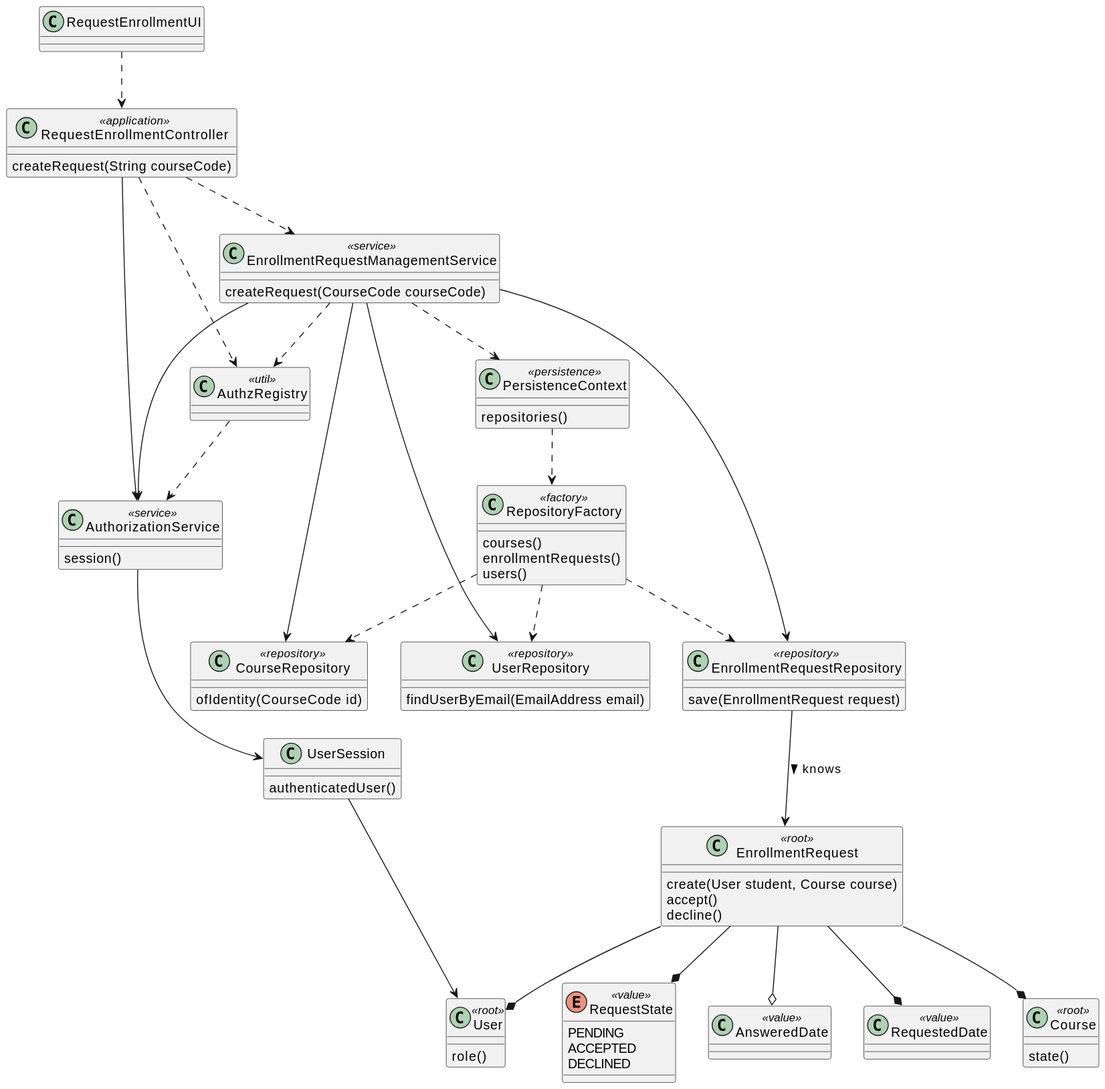
brunacosta03/sem4pi_22_23 keeps this PlantUML diagram as docs/SPRINT B/US_1008/CD/CD.svg. Above is the earlier version.
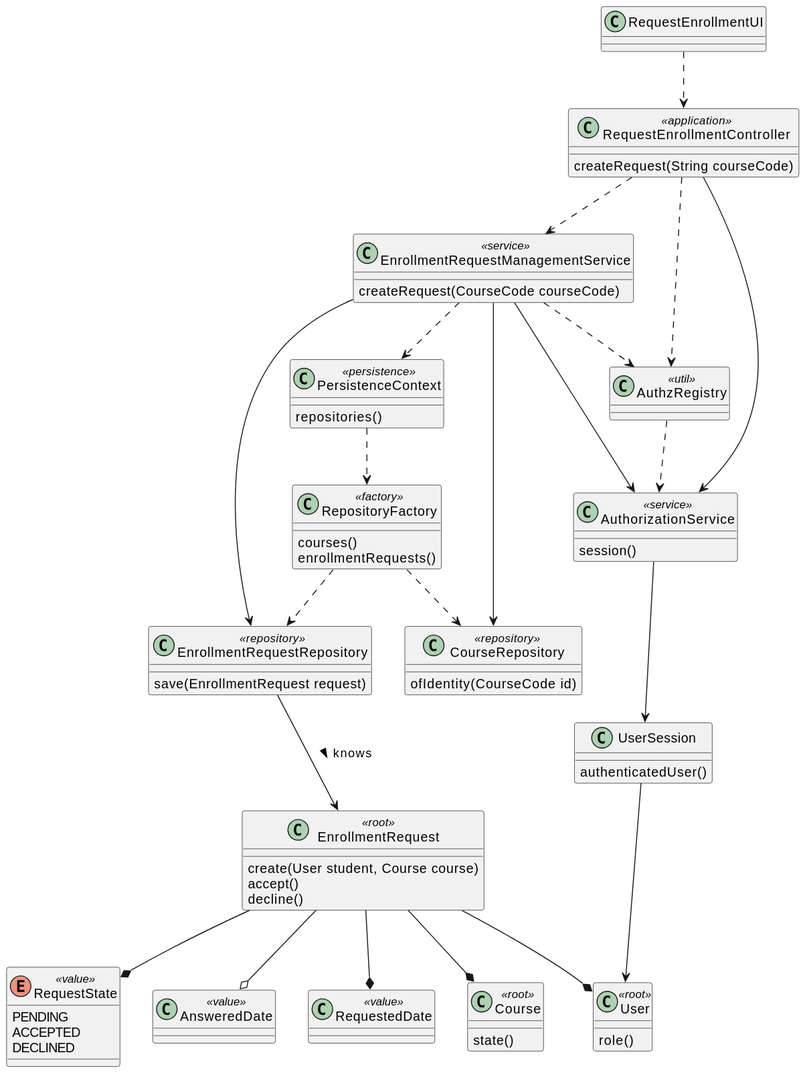
The same diagram one commit later.

Diff of the diagram source:
```diff
@@ -44,7 +44,6 @@
 class RepositoryFactory <<factory>> {
     courses()
     enrollmentRequests()
-    users()
 }
 
 class CourseRepository <<repository>>{
@@ -53,10 +52,6 @@
 
 class EnrollmentRequestRepository <<repository>> {
     save(EnrollmentRequest request)
-}
-
-class UserRepository <<repository>> {
-    findUserByEmail(EmailAddress email)
 }
 
 class EnrollmentRequestManagementService <<service>> {
@@ -88,14 +83,12 @@
 EnrollmentRequestManagementService ..> PersistenceContext
 EnrollmentRequestManagementService --> EnrollmentRequestRepository
 EnrollmentRequestManagementService --> CourseRepository
-EnrollmentRequestManagementService --> UserRepository
 
 PersistenceContext ..> RepositoryFactory
 
 
 RepositoryFactory ..> EnrollmentRequestRepository
 RepositoryFactory ..> CourseRepository
-RepositoryFactory ..> UserRepository
 
 
 
```
